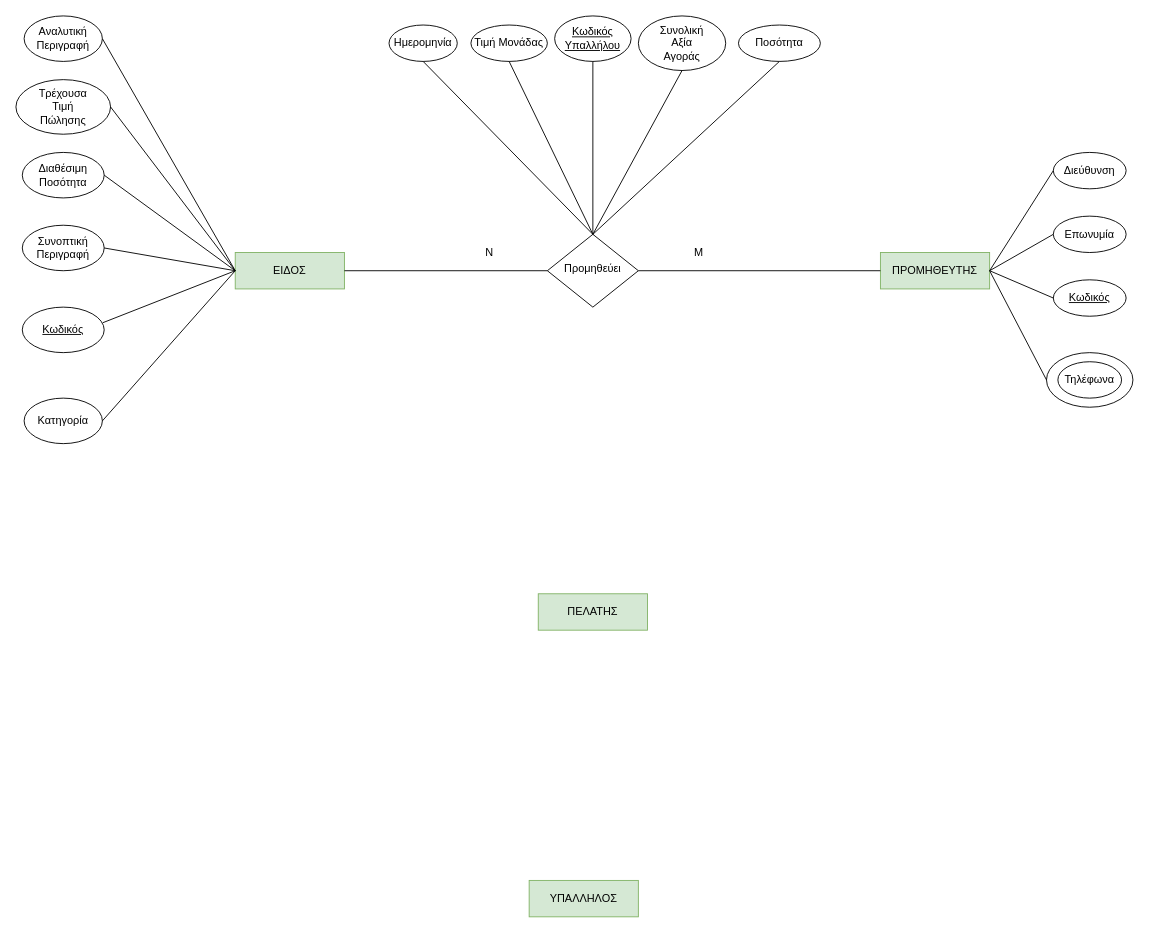
Before: ERDiagramFlowchart.drawio in Lazini/ERDiagram, a draw.io diagram. Source tidied: cells renumbered, new cells numbered last; positions are measured from the earlier drawing's top-left corner, leaving out a move shared by most shapes. Both pictures are drawn from the tidied source at 91%, with x=0, y=0 at pixel (15, 15).
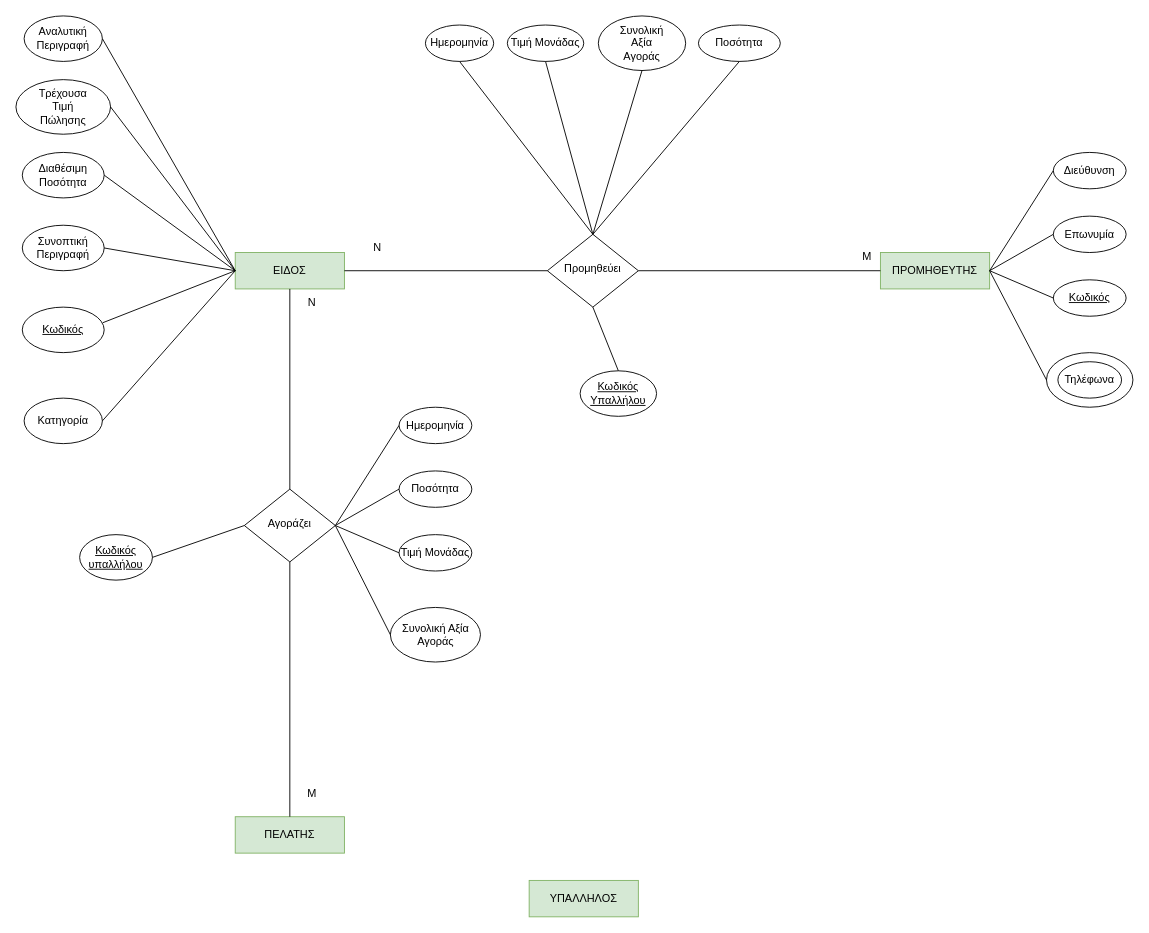
The same page after the edit.

Commit message:
Added Αγοράζει relation

Unchanged cells that the change refers to:
```xml
<mxCell id="2" value="ΕΙΔΟΣ" style="rounded=0;whiteSpace=wrap;html=1;fontSize=12;glass=0;strokeWidth=1;shadow=0;fillColor=#d5e8d4;strokeColor=#82b366;" parent="1" vertex="1">
  <mxGeometry x="241" y="260" width="120" height="40" as="geometry" />
</mxCell>
<mxCell id="6" value="Προμηθεύει" style="rhombus;whiteSpace=wrap;html=1;shadow=0;fontFamily=Helvetica;fontSize=12;align=center;strokeWidth=1;spacing=6;spacingTop=-4;" parent="1" vertex="1">
  <mxGeometry x="584" y="240" width="100" height="80" as="geometry" />
</mxCell>
```

Change to the diagram source:
```diff
@@
     <mxCell id="4" value="&lt;div&gt;ΠΕΛΑΤΗΣ&lt;/div&gt;" style="rounded=0;whiteSpace=wrap;html=1;fontSize=12;glass=0;strokeWidth=1;shadow=0;fillColor=#d5e8d4;strokeColor=#82b366;" parent="1" vertex="1">
-      <mxGeometry x="574" y="635" width="120" height="40" as="geometry" />
+      <mxGeometry x="241" y="880" width="120" height="40" as="geometry" />
     </mxCell>
@@
     <mxCell id="21" value="Ν" style="text;html=1;align=center;verticalAlign=middle;strokeColor=none;fillColor=none;" parent="1" vertex="1">
-      <mxGeometry x="505" y="245" width="30" height="30" as="geometry" />
+      <mxGeometry x="381.5" y="240" width="30" height="30" as="geometry" />
     </mxCell>
     <mxCell id="22" value="Μ" style="text;html=1;align=center;verticalAlign=middle;strokeColor=none;fillColor=none;" parent="1" vertex="1">
-      <mxGeometry x="735" y="245" width="30" height="30" as="geometry" />
+      <mxGeometry x="920" y="250" width="30" height="30" as="geometry" />
     </mxCell>
     <mxCell id="23" value="Ημερομηνία" style="ellipse;whiteSpace=wrap;html=1;" parent="1" vertex="1">
-      <mxGeometry x="410" y="10" width="75" height="40" as="geometry" />
+      <mxGeometry x="450" y="10" width="75" height="40" as="geometry" />
     </mxCell>
     <mxCell id="24" value="Τιμή Μονάδας" style="ellipse;whiteSpace=wrap;html=1;" parent="1" vertex="1">
-      <mxGeometry x="500" y="10" width="84" height="40" as="geometry" />
+      <mxGeometry x="540" y="10" width="84" height="40" as="geometry" />
     </mxCell>
     <mxCell id="25" value="&lt;div&gt;Συνολική&lt;/div&gt;&lt;div&gt;Αξία&lt;/div&gt;&lt;div&gt;Αγοράς&lt;/div&gt;" style="ellipse;whiteSpace=wrap;html=1;" parent="1" vertex="1">
-      <mxGeometry x="684" width="96" height="60" as="geometry" />
+      <mxGeometry x="640" width="96" height="60" as="geometry" />
     </mxCell>
     <mxCell id="26" value="&lt;div&gt;Ποσότητα&lt;/div&gt;" style="ellipse;whiteSpace=wrap;html=1;" parent="1" vertex="1">
-      <mxGeometry x="794" y="10" width="90" height="40" as="geometry" />
+      <mxGeometry x="750" y="10" width="90" height="40" as="geometry" />
     </mxCell>
@@
     <mxCell id="31" value="&lt;u&gt;Κωδικός Υπαλλήλου&lt;br&gt;&lt;/u&gt;" style="ellipse;whiteSpace=wrap;html=1;" parent="1" vertex="1">
-      <mxGeometry x="592" width="84" height="50" as="geometry" />
+      <mxGeometry x="620" y="390" width="84" height="50" as="geometry" />
     </mxCell>
-    <mxCell id="32" style="endArrow=none;html=1;rounded=0;exitX=0.5;exitY=1;exitDx=0;exitDy=0;entryX=0.5;entryY=0;entryDx=0;entryDy=0;" parent="1" edge="1" source="31" target="6">
+    <mxCell id="32" style="endArrow=none;html=1;rounded=0;entryX=0.5;entryY=1;entryDx=0;entryDy=0;exitX=0.5;exitY=0;exitDx=0;exitDy=0;" parent="1" edge="1" source="31" target="6">
       <mxGeometry relative="1" as="geometry" />
     </mxCell>
@@
+    <mxCell id="42" value="&lt;div&gt;Αγοράζει&lt;/div&gt;" style="rhombus;whiteSpace=wrap;html=1;shadow=0;fontFamily=Helvetica;fontSize=12;align=center;strokeWidth=1;spacing=6;spacingTop=-4;" parent="1" vertex="1">
+      <mxGeometry x="251" y="520" width="100" height="80" as="geometry" />
+    </mxCell>
+    <mxCell id="43" style="endArrow=none;html=1;rounded=0;entryX=0.5;entryY=1;entryDx=0;entryDy=0;exitX=0.5;exitY=0;exitDx=0;exitDy=0;" parent="1" edge="1" source="42" target="2">
+      <mxGeometry relative="1" as="geometry" />
+    </mxCell>
+    <mxCell id="44" style="endArrow=none;html=1;rounded=0;exitX=0.5;exitY=0;exitDx=0;exitDy=0;entryX=0.5;entryY=1;entryDx=0;entryDy=0;" parent="1" edge="1" source="4" target="42">
+      <mxGeometry relative="1" as="geometry" />
+    </mxCell>
+    <mxCell id="45" value="Ημερομηνία" style="ellipse;whiteSpace=wrap;html=1;" parent="1" vertex="1">
+      <mxGeometry x="421" y="430" width="80" height="40" as="geometry" />
+    </mxCell>
+    <mxCell id="46" value="Ποσότητα" style="ellipse;whiteSpace=wrap;html=1;" parent="1" vertex="1">
+      <mxGeometry x="421" y="500" width="80" height="40" as="geometry" />
+    </mxCell>
+    <mxCell id="47" value="Τιμή Μονάδας" style="ellipse;whiteSpace=wrap;html=1;" parent="1" vertex="1">
+      <mxGeometry x="421" y="570" width="80" height="40" as="geometry" />
+    </mxCell>
+    <mxCell id="48" value="Συνολική Αξία Αγοράς" style="ellipse;whiteSpace=wrap;html=1;" parent="1" vertex="1">
+      <mxGeometry x="411.5" y="650" width="99" height="60" as="geometry" />
+    </mxCell>
+    <mxCell id="49" style="endArrow=none;html=1;rounded=0;exitX=1;exitY=0.5;exitDx=0;exitDy=0;entryX=0;entryY=0.5;entryDx=0;entryDy=0;" parent="1" edge="1" source="42" target="45">
+      <mxGeometry relative="1" as="geometry" />
+    </mxCell>
+    <mxCell id="50" style="endArrow=none;html=1;rounded=0;entryX=0;entryY=0.5;entryDx=0;entryDy=0;exitX=1;exitY=0.5;exitDx=0;exitDy=0;" parent="1" edge="1" source="42" target="46">
+      <mxGeometry relative="1" as="geometry" />
+    </mxCell>
+    <mxCell id="51" style="endArrow=none;html=1;rounded=0;exitX=0;exitY=0.5;exitDx=0;exitDy=0;entryX=1;entryY=0.5;entryDx=0;entryDy=0;" parent="1" edge="1" source="47" target="42">
+      <mxGeometry relative="1" as="geometry" />
+    </mxCell>
+    <mxCell id="52" style="endArrow=none;html=1;rounded=0;exitX=0;exitY=0.5;exitDx=0;exitDy=0;entryX=1;entryY=0.5;entryDx=0;entryDy=0;" parent="1" edge="1" source="48" target="42">
+      <mxGeometry relative="1" as="geometry" />
+    </mxCell>
+    <mxCell id="53" value="&lt;u&gt;Κωδικός υπαλλήλου&lt;br&gt;&lt;/u&gt;" style="ellipse;whiteSpace=wrap;html=1;" parent="1" vertex="1">
+      <mxGeometry x="70" y="570" width="80" height="50" as="geometry" />
+    </mxCell>
+    <mxCell id="54" style="endArrow=none;html=1;rounded=0;exitX=0;exitY=0.5;exitDx=0;exitDy=0;entryX=1;entryY=0.5;entryDx=0;entryDy=0;" parent="1" edge="1" source="42" target="53">
+      <mxGeometry relative="1" as="geometry" />
+    </mxCell>
+    <mxCell id="55" value="Ν" style="text;html=1;align=center;verticalAlign=middle;strokeColor=none;fillColor=none;" parent="1" vertex="1">
+      <mxGeometry x="310" y="300" width="30" height="30" as="geometry" />
+    </mxCell>
+    <mxCell id="56" value="Μ" style="text;html=1;align=center;verticalAlign=middle;strokeColor=none;fillColor=none;" parent="1" vertex="1">
+      <mxGeometry x="310" y="840" width="30" height="30" as="geometry" />
+    </mxCell>
```
